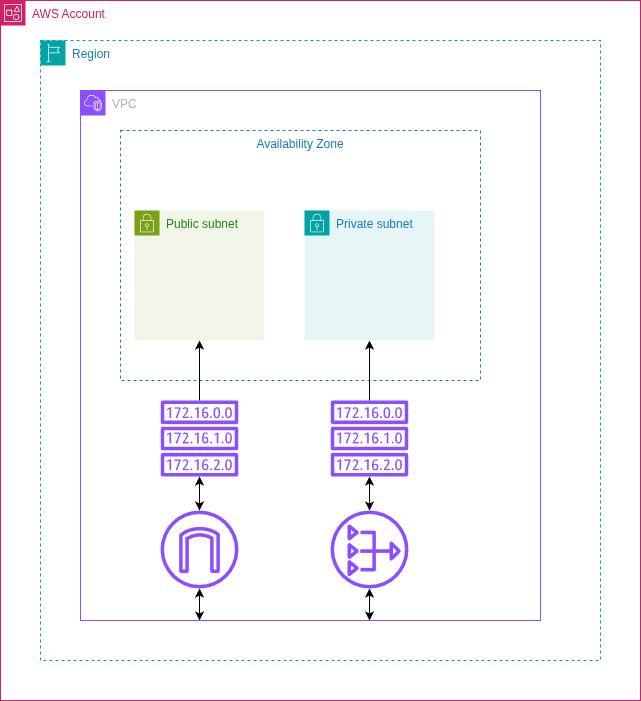
Before: infra/diagrams/numberone-vpc.drawio.png, a diagram exported from draw.io (AndersonMuniz/PosTech15SOAT-Infra-Banco). Source tidied: cells renumbered, new cells last; positions are measured from the earlier drawing's top-left corner, leaving out a move shared by most shapes. Source of this version:
```xml
<mxGraphModel>
  <root>
    <mxCell id="0" />
    <mxCell id="1" parent="0" />
    <mxCell id="2" value="AWS Account" style="gradientColor=none;html=1;whiteSpace=wrap;fontSize=12;fontStyle=0;shape=mxgraph.aws4.group;grIcon=mxgraph.aws4.group_account;strokeColor=#CD2264;fillColor=none;verticalAlign=top;align=left;spacingLeft=30;fontColor=#CD2264;dashed=0;" parent="1" vertex="1">
      <mxGeometry width="640" height="700" as="geometry" />
    </mxCell>
    <mxCell id="3" value="Region" style="gradientColor=none;html=1;whiteSpace=wrap;fontSize=12;fontStyle=0;shape=mxgraph.aws4.group;grIcon=mxgraph.aws4.group_region;strokeColor=#00A4A6;fillColor=none;verticalAlign=top;align=left;spacingLeft=30;fontColor=#147EBA;dashed=1;" parent="2" vertex="1">
      <mxGeometry x="40" y="40" width="560" height="620" as="geometry" />
    </mxCell>
    <mxCell id="4" value="VPC" style="points=[[0,0],[0.25,0],[0.5,0],[0.75,0],[1,0],[1,0.25],[1,0.5],[1,0.75],[1,1],[0.75,1],[0.5,1],[0.25,1],[0,1],[0,0.75],[0,0.5],[0,0.25]];outlineConnect=0;gradientColor=none;html=1;whiteSpace=wrap;fontSize=12;fontStyle=0;shape=mxgraph.aws4.group;grIcon=mxgraph.aws4.group_vpc2;strokeColor=#8C4FFF;fillColor=none;verticalAlign=top;align=left;spacingLeft=30;fontColor=#AAB7B8;dashed=0;" parent="2" vertex="1">
      <mxGeometry x="80" y="90" width="460" height="530" as="geometry" />
    </mxCell>
    <mxCell id="5" value="Availability Zone" style="fillColor=none;strokeColor=#147EBA;dashed=1;verticalAlign=top;fontStyle=0;fontColor=#147EBA;whiteSpace=wrap;html=1;" parent="2" vertex="1">
      <mxGeometry x="120" y="130" width="360" height="250" as="geometry" />
    </mxCell>
    <mxCell id="6" style="edgeStyle=orthogonalEdgeStyle;rounded=0;orthogonalLoop=1;jettySize=auto;html=1;innerLoopWaypoints=1;exitX=0.5;exitY=1;exitDx=0;exitDy=0;" parent="2" edge="1" source="5" target="5">
      <mxGeometry relative="1" as="geometry" />
    </mxCell>
    <mxCell id="7" style="edgeStyle=orthogonalEdgeStyle;rounded=0;jettySize=auto;html=1;startArrow=classic;startFill=1;" parent="2" edge="1" source="9" target="11">
      <mxGeometry relative="1" as="geometry" />
    </mxCell>
    <mxCell id="8" style="edgeStyle=orthogonalEdgeStyle;rounded=0;jettySize=auto;html=1;" parent="2" edge="1" source="9" target="17">
      <mxGeometry relative="1" as="geometry" />
    </mxCell>
    <mxCell id="9" style="sketch=0;outlineConnect=0;fontColor=#232F3E;gradientColor=none;fillColor=#8C4FFF;strokeColor=none;dashed=0;verticalLabelPosition=bottom;verticalAlign=top;align=center;html=1;fontSize=12;fontStyle=0;shape=mxgraph.aws4.route_table;" parent="2" vertex="1">
      <mxGeometry x="160" y="400" width="78" height="76" as="geometry" />
    </mxCell>
    <mxCell id="10" style="edgeStyle=orthogonalEdgeStyle;rounded=0;jettySize=auto;html=1;startArrow=classic;startFill=1;" parent="2" edge="1" source="11" target="4">
      <mxGeometry relative="1" as="geometry">
        <Array as="points">
          <mxPoint x="450" y="520" />
          <mxPoint x="450" y="520" />
        </Array>
      </mxGeometry>
    </mxCell>
    <mxCell id="11" style="sketch=0;outlineConnect=0;fontColor=#232F3E;gradientColor=none;fillColor=#8C4FFF;strokeColor=none;dashed=0;verticalLabelPosition=bottom;verticalAlign=top;align=center;html=1;fontSize=12;fontStyle=0;shape=mxgraph.aws4.internet_gateway;" parent="2" vertex="1">
      <mxGeometry x="160" y="510" width="78" height="78" as="geometry" />
    </mxCell>
    <mxCell id="12" style="edgeStyle=orthogonalEdgeStyle;rounded=0;jettySize=auto;html=1;startArrow=classic;startFill=1;" parent="2" edge="1" source="14" target="16">
      <mxGeometry relative="1" as="geometry" />
    </mxCell>
    <mxCell id="13" style="edgeStyle=orthogonalEdgeStyle;rounded=0;jettySize=auto;html=1;startArrow=classic;startFill=1;" parent="2" edge="1" source="14" target="4">
      <mxGeometry relative="1" as="geometry">
        <Array as="points">
          <mxPoint x="370" y="570" />
          <mxPoint x="370" y="570" />
        </Array>
      </mxGeometry>
    </mxCell>
    <mxCell id="14" style="sketch=0;outlineConnect=0;fontColor=#232F3E;gradientColor=none;fillColor=#8C4FFF;strokeColor=none;dashed=0;verticalLabelPosition=bottom;verticalAlign=top;align=center;html=1;fontSize=12;fontStyle=0;shape=mxgraph.aws4.nat_gateway;" parent="2" vertex="1">
      <mxGeometry x="330" y="510" width="78" height="78" as="geometry" />
    </mxCell>
    <mxCell id="15" style="edgeStyle=orthogonalEdgeStyle;rounded=0;jettySize=auto;html=1;" parent="2" edge="1" source="16" target="18">
      <mxGeometry relative="1" as="geometry">
        <Array as="points">
          <mxPoint x="369" y="360" />
          <mxPoint x="369" y="360" />
        </Array>
      </mxGeometry>
    </mxCell>
    <mxCell id="16" style="sketch=0;outlineConnect=0;fontColor=#232F3E;gradientColor=none;fillColor=#8C4FFF;strokeColor=none;dashed=0;verticalLabelPosition=bottom;verticalAlign=top;align=center;html=1;fontSize=12;fontStyle=0;shape=mxgraph.aws4.route_table;" parent="2" vertex="1">
      <mxGeometry x="330" y="400" width="78" height="76" as="geometry" />
    </mxCell>
    <mxCell id="17" value="Public subnet" style="points=[[0,0],[0.25,0],[0.5,0],[0.75,0],[1,0],[1,0.25],[1,0.5],[1,0.75],[1,1],[0.75,1],[0.5,1],[0.25,1],[0,1],[0,0.75],[0,0.5],[0,0.25]];outlineConnect=0;gradientColor=none;html=1;whiteSpace=wrap;fontSize=12;fontStyle=0;shape=mxgraph.aws4.group;grIcon=mxgraph.aws4.group_security_group;grStroke=0;strokeColor=#7AA116;fillColor=#F2F6E8;verticalAlign=top;align=left;spacingLeft=30;fontColor=#248814;dashed=0;" parent="2" vertex="1">
      <mxGeometry x="134" y="210" width="130" height="130" as="geometry" />
    </mxCell>
    <mxCell id="18" value="Private subnet" style="points=[[0,0],[0.25,0],[0.5,0],[0.75,0],[1,0],[1,0.25],[1,0.5],[1,0.75],[1,1],[0.75,1],[0.5,1],[0.25,1],[0,1],[0,0.75],[0,0.5],[0,0.25]];outlineConnect=0;gradientColor=none;html=1;whiteSpace=wrap;fontSize=12;fontStyle=0;shape=mxgraph.aws4.group;grIcon=mxgraph.aws4.group_security_group;grStroke=0;strokeColor=#00A4A6;fillColor=#E6F6F7;verticalAlign=top;align=left;spacingLeft=30;fontColor=#147EBA;dashed=0;" parent="2" vertex="1">
      <mxGeometry x="304" y="210" width="130" height="130" as="geometry" />
    </mxCell>
  </root>
</mxGraphModel>
```
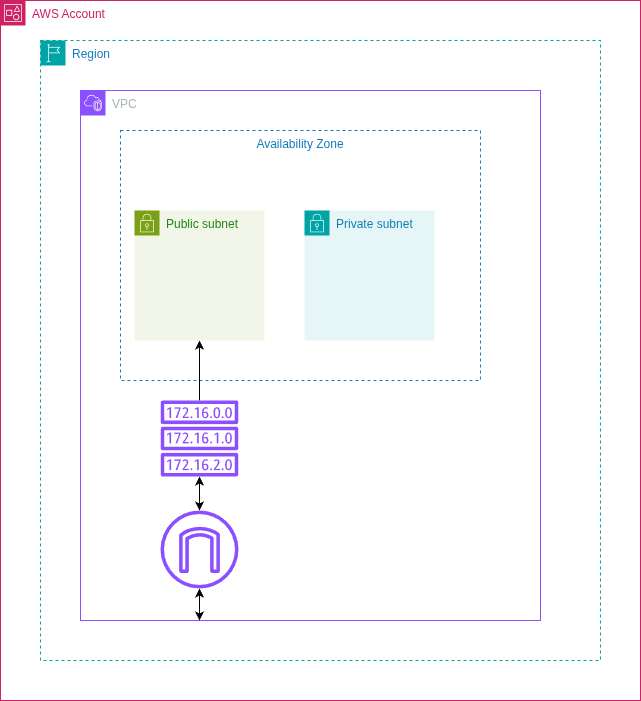
Later version of the same file.

What changed in the source:
```diff
@@ -37,31 +37,6 @@
     <mxCell id="11" style="sketch=0;outlineConnect=0;fontColor=#232F3E;gradientColor=none;fillColor=#8C4FFF;strokeColor=none;dashed=0;verticalLabelPosition=bottom;verticalAlign=top;align=center;html=1;fontSize=12;fontStyle=0;shape=mxgraph.aws4.internet_gateway;" parent="2" vertex="1">
       <mxGeometry x="160" y="510" width="78" height="78" as="geometry" />
     </mxCell>
-    <mxCell id="12" style="edgeStyle=orthogonalEdgeStyle;rounded=0;jettySize=auto;html=1;startArrow=classic;startFill=1;" parent="2" edge="1" source="14" target="16">
-      <mxGeometry relative="1" as="geometry" />
-    </mxCell>
-    <mxCell id="13" style="edgeStyle=orthogonalEdgeStyle;rounded=0;jettySize=auto;html=1;startArrow=classic;startFill=1;" parent="2" edge="1" source="14" target="4">
-      <mxGeometry relative="1" as="geometry">
-        <Array as="points">
-          <mxPoint x="370" y="570" />
-          <mxPoint x="370" y="570" />
-        </Array>
-      </mxGeometry>
-    </mxCell>
-    <mxCell id="14" style="sketch=0;outlineConnect=0;fontColor=#232F3E;gradientColor=none;fillColor=#8C4FFF;strokeColor=none;dashed=0;verticalLabelPosition=bottom;verticalAlign=top;align=center;html=1;fontSize=12;fontStyle=0;shape=mxgraph.aws4.nat_gateway;" parent="2" vertex="1">
-      <mxGeometry x="330" y="510" width="78" height="78" as="geometry" />
-    </mxCell>
-    <mxCell id="15" style="edgeStyle=orthogonalEdgeStyle;rounded=0;jettySize=auto;html=1;" parent="2" edge="1" source="16" target="18">
-      <mxGeometry relative="1" as="geometry">
-        <Array as="points">
-          <mxPoint x="369" y="360" />
-          <mxPoint x="369" y="360" />
-        </Array>
-      </mxGeometry>
-    </mxCell>
-    <mxCell id="16" style="sketch=0;outlineConnect=0;fontColor=#232F3E;gradientColor=none;fillColor=#8C4FFF;strokeColor=none;dashed=0;verticalLabelPosition=bottom;verticalAlign=top;align=center;html=1;fontSize=12;fontStyle=0;shape=mxgraph.aws4.route_table;" parent="2" vertex="1">
-      <mxGeometry x="330" y="400" width="78" height="76" as="geometry" />
-    </mxCell>
     <mxCell id="17" value="Public subnet" style="points=[[0,0],[0.25,0],[0.5,0],[0.75,0],[1,0],[1,0.25],[1,0.5],[1,0.75],[1,1],[0.75,1],[0.5,1],[0.25,1],[0,1],[0,0.75],[0,0.5],[0,0.25]];outlineConnect=0;gradientColor=none;html=1;whiteSpace=wrap;fontSize=12;fontStyle=0;shape=mxgraph.aws4.group;grIcon=mxgraph.aws4.group_security_group;grStroke=0;strokeColor=#7AA116;fillColor=#F2F6E8;verticalAlign=top;align=left;spacingLeft=30;fontColor=#248814;dashed=0;" parent="2" vertex="1">
       <mxGeometry x="134" y="210" width="130" height="130" as="geometry" />
     </mxCell>
```
